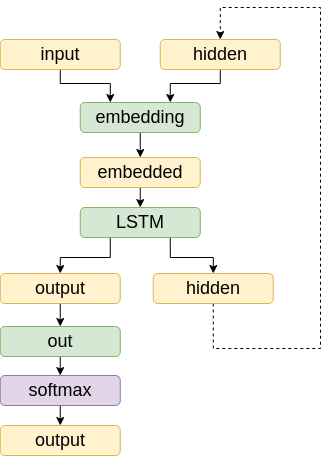
Earlier version of the draw.io export images/lan_class_lstm.png (elisiojsj/NLP-language-classification-generation-translation). Source tidied: cells renumbered, new cells last; positions are measured from the earlier drawing's top-left corner, leaving out a move shared by most shapes.
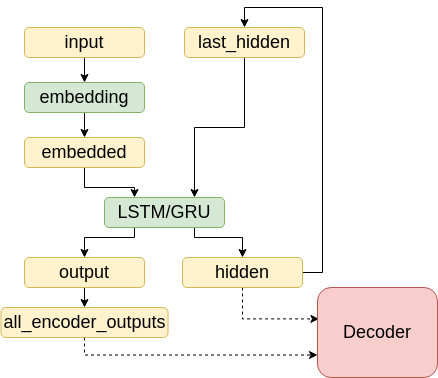
After the change.

Commit message:
lstm/gru training results

Change to the diagram source:
```diff
@@ -2,87 +2,82 @@
   <root>
     <mxCell id="0" />
     <mxCell id="1" parent="0" />
-    <mxCell id="2" style="edgeStyle=orthogonalEdgeStyle;rounded=0;jettySize=auto;html=1;exitX=0.5;exitY=1;exitDx=0;exitDy=0;entryX=0.25;entryY=0;entryDx=0;entryDy=0;" parent="1" edge="1" source="3" target="7">
-      <mxGeometry relative="1" as="geometry">
-        <Array as="points">
-          <mxPoint x="60" y="76" />
-          <mxPoint x="110" y="76" />
-        </Array>
-      </mxGeometry>
+    <mxCell id="2" style="edgeStyle=orthogonalEdgeStyle;rounded=0;jettySize=auto;html=1;exitX=0.5;exitY=1;exitDx=0;exitDy=0;entryX=0.5;entryY=0;entryDx=0;entryDy=0;" parent="1" edge="1" source="3" target="12">
+      <mxGeometry relative="1" as="geometry" />
     </mxCell>
     <mxCell id="3" value="&lt;font style=&quot;font-size: 18px&quot;&gt;input&lt;/font&gt;" style="rounded=1;whiteSpace=wrap;html=1;fontSize=12;glass=0;strokeWidth=1;shadow=0;fillColor=#fff2cc;strokeColor=#d6b656;" parent="1" vertex="1">
-      <mxGeometry x="-0.2" y="32" width="120" height="30" as="geometry" />
+      <mxGeometry x="-17" y="3240" width="120" height="30" as="geometry" />
     </mxCell>
-    <mxCell id="4" style="edgeStyle=orthogonalEdgeStyle;rounded=0;jettySize=auto;html=1;exitX=0.5;exitY=1;exitDx=0;exitDy=0;entryX=0.75;entryY=0;entryDx=0;entryDy=0;" parent="1" edge="1" source="5" target="7">
-      <mxGeometry relative="1" as="geometry">
-        <Array as="points">
-          <mxPoint x="220" y="76" />
-          <mxPoint x="170" y="76" />
-        </Array>
-      </mxGeometry>
+    <mxCell id="4" style="edgeStyle=orthogonalEdgeStyle;rounded=0;jettySize=auto;html=1;exitX=0.5;exitY=1;exitDx=0;exitDy=0;entryX=0.75;entryY=0;entryDx=0;entryDy=0;" parent="1" edge="1" source="5" target="17">
+      <mxGeometry relative="1" as="geometry" />
     </mxCell>
-    <mxCell id="5" value="&lt;font style=&quot;font-size: 18px&quot;&gt;hidden&lt;/font&gt;" style="rounded=1;whiteSpace=wrap;html=1;fontSize=12;glass=0;strokeWidth=1;shadow=0;fillColor=#fff2cc;strokeColor=#d6b656;" parent="1" vertex="1">
-      <mxGeometry x="159.8" y="32" width="120" height="30" as="geometry" />
+    <mxCell id="5" value="&lt;font style=&quot;font-size: 18px&quot;&gt;last_hidden&lt;/font&gt;" style="rounded=1;whiteSpace=wrap;html=1;fontSize=12;glass=0;strokeWidth=1;shadow=0;fillColor=#fff2cc;strokeColor=#d6b656;" parent="1" vertex="1">
+      <mxGeometry x="143" y="3240" width="120" height="30" as="geometry" />
     </mxCell>
-    <mxCell id="6" style="edgeStyle=orthogonalEdgeStyle;rounded=0;jettySize=auto;html=1;exitX=0.5;exitY=1;exitDx=0;exitDy=0;entryX=0.5;entryY=0;entryDx=0;entryDy=0;" parent="1" edge="1" source="7" target="17">
+    <mxCell id="6" style="edgeStyle=orthogonalEdgeStyle;rounded=0;jettySize=auto;html=1;exitX=0.5;exitY=1;exitDx=0;exitDy=0;entryX=0.5;entryY=0;entryDx=0;entryDy=0;" parent="1" edge="1" source="7" target="19">
       <mxGeometry relative="1" as="geometry" />
     </mxCell>
-    <mxCell id="7" value="&lt;font style=&quot;font-size: 18px&quot;&gt;embedding&lt;/font&gt;" style="rounded=1;whiteSpace=wrap;html=1;fontSize=12;glass=0;strokeWidth=1;shadow=0;fillColor=#d5e8d4;strokeColor=#82b366;" parent="1" vertex="1">
-      <mxGeometry x="79.8" y="95" width="120" height="30" as="geometry" />
+    <mxCell id="7" value="&lt;font style=&quot;font-size: 18px&quot;&gt;output&lt;/font&gt;" style="rounded=1;whiteSpace=wrap;html=1;fontSize=12;glass=0;strokeWidth=1;shadow=0;fillColor=#fff2cc;strokeColor=#d6b656;" parent="1" vertex="1">
+      <mxGeometry x="-17" y="3470" width="120" height="30" as="geometry" />
     </mxCell>
-    <mxCell id="8" style="edgeStyle=orthogonalEdgeStyle;rounded=0;jettySize=auto;html=1;exitX=0.25;exitY=1;exitDx=0;exitDy=0;entryX=0.5;entryY=0;entryDx=0;entryDy=0;" parent="1" edge="1" source="10" target="19">
+    <mxCell id="8" style="edgeStyle=orthogonalEdgeStyle;rounded=0;jettySize=auto;html=1;exitX=1;exitY=0.5;exitDx=0;exitDy=0;entryX=0.5;entryY=0;entryDx=0;entryDy=0;" parent="1" edge="1" source="10" target="5">
       <mxGeometry relative="1" as="geometry">
         <Array as="points">
-          <mxPoint x="110" y="250" />
-          <mxPoint x="60" y="250" />
+          <mxPoint x="281" y="3485" />
+          <mxPoint x="281" y="3220" />
+          <mxPoint x="203" y="3220" />
         </Array>
       </mxGeometry>
     </mxCell>
-    <mxCell id="9" style="edgeStyle=orthogonalEdgeStyle;rounded=0;jettySize=auto;html=1;exitX=0.75;exitY=1;exitDx=0;exitDy=0;" parent="1" edge="1" source="10" target="15">
+    <mxCell id="9" style="edgeStyle=orthogonalEdgeStyle;rounded=0;jettySize=auto;html=1;exitX=0.5;exitY=1;exitDx=0;exitDy=0;entryX=0.012;entryY=0.349;entryDx=0;entryDy=0;entryPerimeter=0;dashed=1;" parent="1" edge="1" source="10" target="20">
       <mxGeometry relative="1" as="geometry" />
     </mxCell>
-    <mxCell id="10" value="&lt;font style=&quot;font-size: 18px&quot;&gt;LSTM&lt;/font&gt;" style="rounded=1;whiteSpace=wrap;html=1;fontSize=12;glass=0;strokeWidth=1;shadow=0;fillColor=#d5e8d4;strokeColor=#82b366;" parent="1" vertex="1">
-      <mxGeometry x="79.8" y="200" width="120" height="30" as="geometry" />
+    <mxCell id="10" value="&lt;font style=&quot;font-size: 18px&quot;&gt;hidden&lt;/font&gt;" style="rounded=1;whiteSpace=wrap;html=1;fontSize=12;glass=0;strokeWidth=1;shadow=0;fillColor=#fff2cc;strokeColor=#d6b656;" parent="1" vertex="1">
+      <mxGeometry x="141" y="3470" width="120" height="30" as="geometry" />
     </mxCell>
-    <mxCell id="11" style="edgeStyle=orthogonalEdgeStyle;rounded=0;jettySize=auto;html=1;exitX=0.5;exitY=1;exitDx=0;exitDy=0;entryX=0.5;entryY=0;entryDx=0;entryDy=0;" parent="1" edge="1" source="12" target="13">
+    <mxCell id="11" style="edgeStyle=orthogonalEdgeStyle;rounded=0;jettySize=auto;html=1;exitX=0.5;exitY=1;exitDx=0;exitDy=0;entryX=0.5;entryY=0;entryDx=0;entryDy=0;" parent="1" edge="1" source="12" target="14">
       <mxGeometry relative="1" as="geometry" />
     </mxCell>
-    <mxCell id="12" value="&lt;font style=&quot;font-size: 18px&quot;&gt;softmax&lt;/font&gt;" style="rounded=1;whiteSpace=wrap;html=1;fontSize=12;glass=0;strokeWidth=1;shadow=0;fillColor=#e1d5e7;strokeColor=#9673a6;" parent="1" vertex="1">
-      <mxGeometry x="-0.2" y="368" width="120" height="30" as="geometry" />
+    <mxCell id="12" value="&lt;font style=&quot;font-size: 18px&quot;&gt;embedding&lt;/font&gt;" style="rounded=1;whiteSpace=wrap;html=1;fontSize=12;glass=0;strokeWidth=1;shadow=0;fillColor=#d5e8d4;strokeColor=#82b366;" parent="1" vertex="1">
+      <mxGeometry x="-17" y="3295" width="120" height="30" as="geometry" />
     </mxCell>
-    <mxCell id="13" value="&lt;font style=&quot;font-size: 18px&quot;&gt;output&lt;/font&gt;" style="rounded=1;whiteSpace=wrap;html=1;fontSize=12;glass=0;strokeWidth=1;shadow=0;fillColor=#fff2cc;strokeColor=#d6b656;" parent="1" vertex="1">
-      <mxGeometry x="-0.2" y="418" width="120" height="30" as="geometry" />
+    <mxCell id="13" style="edgeStyle=orthogonalEdgeStyle;rounded=0;jettySize=auto;html=1;exitX=0.5;exitY=1;exitDx=0;exitDy=0;entryX=0.25;entryY=0;entryDx=0;entryDy=0;" parent="1" edge="1" source="14" target="17">
+      <mxGeometry relative="1" as="geometry" />
     </mxCell>
-    <mxCell id="14" style="edgeStyle=orthogonalEdgeStyle;rounded=0;jettySize=auto;html=1;exitX=0.5;exitY=1;exitDx=0;exitDy=0;entryX=0.5;entryY=0;entryDx=0;entryDy=0;dashed=1;" parent="1" edge="1" source="15" target="5">
-      <mxGeometry relative="1" as="geometry">
-        <Array as="points">
-          <mxPoint x="213" y="341" />
-          <mxPoint x="320" y="341" />
-          <mxPoint x="320" />
-          <mxPoint x="220" />
-        </Array>
-      </mxGeometry>
+    <mxCell id="14" value="&lt;font style=&quot;font-size: 18px&quot;&gt;embedded&lt;/font&gt;" style="rounded=1;whiteSpace=wrap;html=1;fontSize=12;glass=0;strokeWidth=1;shadow=0;fillColor=#fff2cc;strokeColor=#d6b656;" parent="1" vertex="1">
+      <mxGeometry x="-17" y="3350" width="120" height="30" as="geometry" />
     </mxCell>
-    <mxCell id="15" value="&lt;font style=&quot;font-size: 18px&quot;&gt;hidden&lt;/font&gt;" style="rounded=1;whiteSpace=wrap;html=1;fontSize=12;glass=0;strokeWidth=1;shadow=0;fillColor=#fff2cc;strokeColor=#d6b656;" parent="1" vertex="1">
-      <mxGeometry x="152.8" y="266" width="120" height="30" as="geometry" />
+    <mxCell id="15" style="edgeStyle=orthogonalEdgeStyle;rounded=0;jettySize=auto;html=1;exitX=0.25;exitY=1;exitDx=0;exitDy=0;entryX=0.5;entryY=0;entryDx=0;entryDy=0;" parent="1" edge="1" source="17" target="7">
+      <mxGeometry relative="1" as="geometry">
+        <Array as="points">
+          <mxPoint x="93" y="3450" />
+          <mxPoint x="43" y="3450" />
+        </Array>
+      </mxGeometry>
     </mxCell>
-    <mxCell id="16" style="edgeStyle=orthogonalEdgeStyle;rounded=0;jettySize=auto;html=1;exitX=0.5;exitY=1;exitDx=0;exitDy=0;entryX=0.5;entryY=0;entryDx=0;entryDy=0;" parent="1" edge="1" source="17" target="10">
-      <mxGeometry relative="1" as="geometry" />
+    <mxCell id="16" style="edgeStyle=orthogonalEdgeStyle;rounded=0;jettySize=auto;html=1;exitX=0.75;exitY=1;exitDx=0;exitDy=0;entryX=0.5;entryY=0;entryDx=0;entryDy=0;" parent="1" edge="1" source="17" target="10">
+      <mxGeometry relative="1" as="geometry">
+        <Array as="points">
+          <mxPoint x="153" y="3450" />
+          <mxPoint x="201" y="3450" />
+        </Array>
+      </mxGeometry>
     </mxCell>
-    <mxCell id="17" value="&lt;font style=&quot;font-size: 18px&quot;&gt;embedded&lt;br&gt;&lt;/font&gt;" style="rounded=1;whiteSpace=wrap;html=1;fontSize=12;glass=0;strokeWidth=1;shadow=0;fillColor=#fff2cc;strokeColor=#d6b656;" parent="1" vertex="1">
-      <mxGeometry x="79.8" y="150" width="120" height="30" as="geometry" />
+    <mxCell id="17" value="&lt;font style=&quot;font-size: 18px&quot;&gt;LSTM/GRU&lt;/font&gt;" style="rounded=1;whiteSpace=wrap;html=1;fontSize=12;glass=0;strokeWidth=1;shadow=0;fillColor=#d5e8d4;strokeColor=#82b366;" parent="1" vertex="1">
+      <mxGeometry x="63" y="3410" width="120" height="30" as="geometry" />
     </mxCell>
-    <mxCell id="18" style="edgeStyle=orthogonalEdgeStyle;rounded=0;jettySize=auto;html=1;exitX=0.5;exitY=1;exitDx=0;exitDy=0;entryX=0.5;entryY=0;entryDx=0;entryDy=0;" parent="1" edge="1" source="19" target="21">
-      <mxGeometry relative="1" as="geometry" />
+    <mxCell id="18" style="edgeStyle=orthogonalEdgeStyle;rounded=0;jettySize=auto;html=1;exitX=0.5;exitY=1;exitDx=0;exitDy=0;dashed=1;entryX=0;entryY=0.75;entryDx=0;entryDy=0;" parent="1" edge="1" source="19" target="20">
+      <mxGeometry relative="1" as="geometry">
+        <Array as="points">
+          <mxPoint x="43" y="3568" />
+        </Array>
+      </mxGeometry>
     </mxCell>
-    <mxCell id="19" value="&lt;font style=&quot;font-size: 18px&quot;&gt;output&lt;/font&gt;" style="rounded=1;whiteSpace=wrap;html=1;fontSize=12;glass=0;strokeWidth=1;shadow=0;fillColor=#fff2cc;strokeColor=#d6b656;" parent="1" vertex="1">
-      <mxGeometry x="-0.2" y="266" width="120" height="30" as="geometry" />
+    <mxCell id="19" value="&lt;font style=&quot;font-size: 18px&quot;&gt;all_encoder_outputs&lt;/font&gt;" style="rounded=1;whiteSpace=wrap;html=1;fontSize=12;glass=0;strokeWidth=1;shadow=0;fillColor=#fff2cc;strokeColor=#d6b656;" parent="1" vertex="1">
+      <mxGeometry x="-40.5" y="3520" width="167" height="30" as="geometry" />
     </mxCell>
-    <mxCell id="20" style="edgeStyle=orthogonalEdgeStyle;rounded=0;jettySize=auto;html=1;exitX=0.5;exitY=1;exitDx=0;exitDy=0;entryX=0.5;entryY=0;entryDx=0;entryDy=0;" parent="1" edge="1" source="21" target="12">
-      <mxGeometry relative="1" as="geometry" />
+    <mxCell id="20" value="&lt;font style=&quot;font-size: 18px&quot;&gt;Decoder&lt;/font&gt;" style="rounded=1;whiteSpace=wrap;html=1;fontSize=12;glass=0;strokeWidth=1;shadow=0;fillColor=#f8cecc;strokeColor=#b85450;" parent="1" vertex="1">
+      <mxGeometry x="276" y="3500" width="120" height="90" as="geometry" />
     </mxCell>
-    <mxCell id="21" value="&lt;font style=&quot;font-size: 18px&quot;&gt;out&lt;/font&gt;" style="rounded=1;whiteSpace=wrap;html=1;fontSize=12;glass=0;strokeWidth=1;shadow=0;fillColor=#d5e8d4;strokeColor=#82b366;" parent="1" vertex="1">
-      <mxGeometry x="-0.2" y="319" width="120" height="30" as="geometry" />
-    </mxCell>
   </root>
 </mxGraphModel>
```
